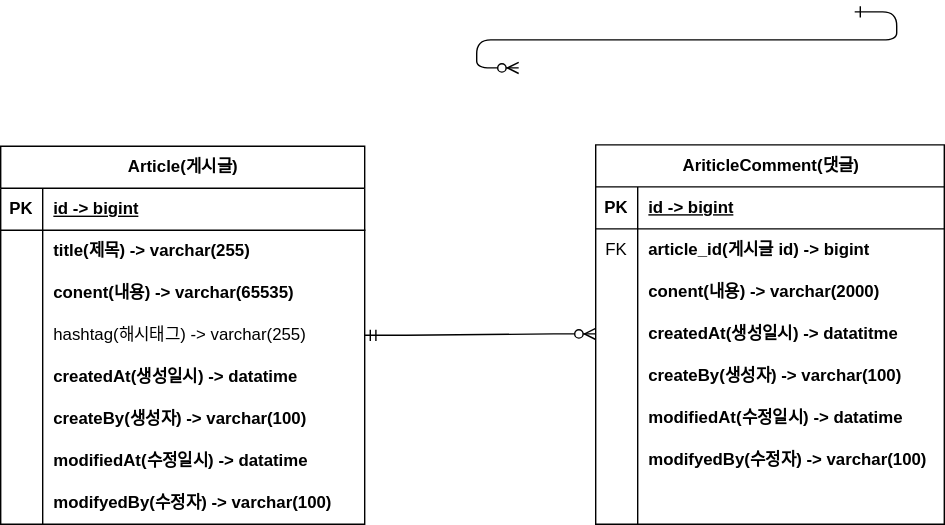
hoonssss/board keeps this draw.io diagram as project-board-erd.svg. Above is the earlier version. Source tidied: cells renumbered, new cells last; positions are measured from the earlier drawing's top-left corner, leaving out a move shared by most shapes.
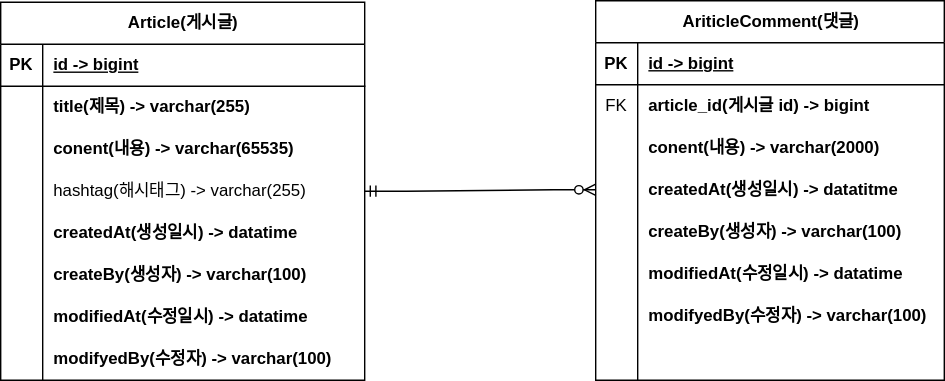
The same diagram one commit later.

Diff of the diagram source:
```diff
@@ -2,12 +2,6 @@
   <root>
     <mxCell id="0" />
     <mxCell id="1" parent="0" />
-    <mxCell id="2" style="edgeStyle=entityRelationEdgeStyle;endArrow=ERzeroToMany;startArrow=ERone;endFill=1;startFill=0;" parent="1" edge="1">
-      <mxGeometry relative="1" as="geometry">
-        <mxPoint x="610" as="sourcePoint" />
-        <mxPoint x="370" y="40" as="targetPoint" />
-      </mxGeometry>
-    </mxCell>
     <mxCell id="3" value="Article(게시글)" style="shape=table;startSize=30;rowLines=0;fontStyle=1;align=center;html=1;" parent="1" vertex="1">
       <mxGeometry y="96" width="260" height="270" as="geometry" />
     </mxCell>
```
